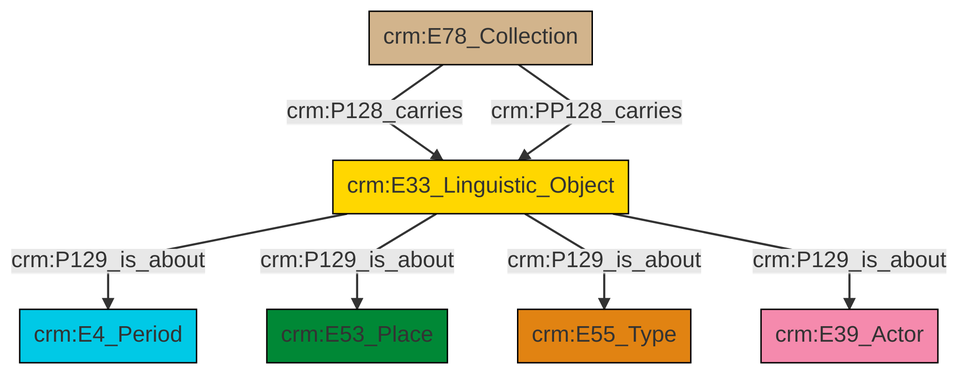
Before: et/archivalCSV/ttl/mmd/png/archival_aboutness.png, a diagram exported from Mermaid (swiss-art-research-net/docs.swissartresearch). Its source is kept beside it as et/archivalCSV/ttl/mmd/archival_aboutness.ttl.mmd.
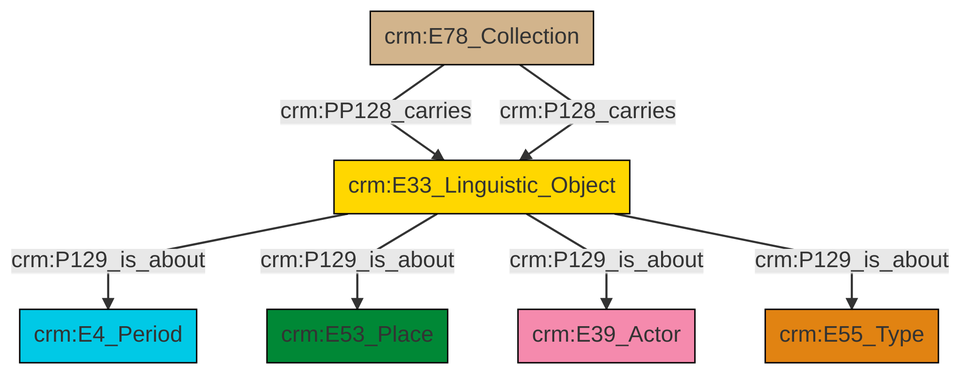
The same diagram one commit later.

Change to the diagram source:
```diff
@@ -13,9 +13,9 @@
 classDef PC_Classes fill:#4ce600, stroke:#000000;
 classDef Multi fill:#cccccc,stroke:#000000;
 
-0["crm:E33_Linguistic_Object"]:::Conceptual_Object -->|crm:P129_is_about| 1["crm:E4_Period"]:::Temporal_Entity
-0["crm:E33_Linguistic_Object"]:::Conceptual_Object -->|crm:P129_is_about| 2["crm:E53_Place"]:::Place
-0["crm:E33_Linguistic_Object"]:::Conceptual_Object -->|crm:P129_is_about| 4["crm:E55_Type"]:::Type
-7["crm:E78_Collection"]:::Physical_Thing -->|crm:P128_carries| 0["crm:E33_Linguistic_Object"]:::Conceptual_Object
-0["crm:E33_Linguistic_Object"]:::Conceptual_Object -->|crm:P129_is_about| 9["crm:E39_Actor"]:::Actor
-7["crm:E78_Collection"]:::Physical_Thing -->|crm:PP128_carries| 0["crm:E33_Linguistic_Object"]:::Conceptual_Object
+0["crm:E78_Collection"]:::Physical_Thing -->|crm:PP128_carries| 1["crm:E33_Linguistic_Object"]:::Conceptual_Object
+1["crm:E33_Linguistic_Object"]:::Conceptual_Object -->|crm:P129_is_about| 2["crm:E4_Period"]:::Temporal_Entity
+1["crm:E33_Linguistic_Object"]:::Conceptual_Object -->|crm:P129_is_about| 3["crm:E53_Place"]:::Place
+0["crm:E78_Collection"]:::Physical_Thing -->|crm:P128_carries| 1["crm:E33_Linguistic_Object"]:::Conceptual_Object
+1["crm:E33_Linguistic_Object"]:::Conceptual_Object -->|crm:P129_is_about| 6["crm:E39_Actor"]:::Actor
+1["crm:E33_Linguistic_Object"]:::Conceptual_Object -->|crm:P129_is_about| 4["crm:E55_Type"]:::Type
```
